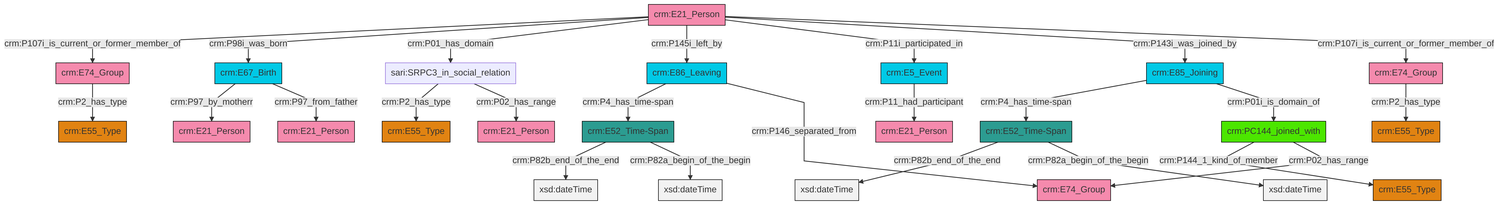
Above: et/personCSV/ttl/mmd/png/Person_Actor_Relations.png in swiss-art-research-net/reference-data-models (Mermaid), before the change. Its source is kept beside it as et/personCSV/ttl/mmd/Person_Actor_Relations.ttl.mmd.
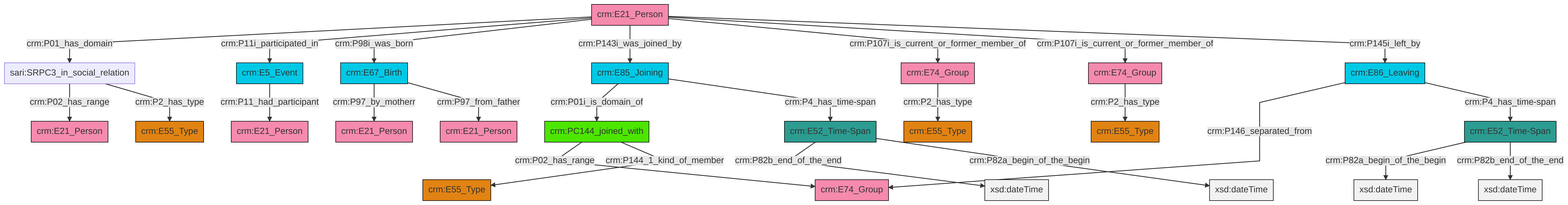
Later version of the same file.

Diff of the diagram source:
```diff
@@ -13,27 +13,27 @@
 classDef PC_Classes fill:#4ce600, stroke:#000000;
 classDef Multi fill:#cccccc,stroke:#000000;
 
-2["crm:E86_Leaving"]:::Temporal_Entity -->|crm:P4_has_time-span| 3["crm:E52_Time-Span"]:::Time-Span
-3["crm:E52_Time-Span"]:::Time-Span -->|crm:P82b_end_of_the_end| 4[xsd:dateTime]:::Literal
-7["crm:E52_Time-Span"]:::Time-Span -->|crm:P82b_end_of_the_end| 8[xsd:dateTime]:::Literal
-2["crm:E86_Leaving"]:::Temporal_Entity -->|crm:P146_separated_from| 11["crm:E74_Group"]:::Actor
-14["crm:E21_Person"]:::Actor -->|crm:P107i_is_current_or_former_member_of| 15["crm:E74_Group"]:::Actor
-14["crm:E21_Person"]:::Actor -->|crm:P98i_was_born| 16["crm:E67_Birth"]:::Temporal_Entity
-15["crm:E74_Group"]:::Actor -->|crm:P2_has_type| 17["crm:E55_Type"]:::Type
-14["crm:E21_Person"]:::Actor -->|crm:P01_has_domain| 18["sari:SRPC3_in_social_relation"]:::Default
-3["crm:E52_Time-Span"]:::Time-Span -->|crm:P82a_begin_of_the_begin| 19[xsd:dateTime]:::Literal
-14["crm:E21_Person"]:::Actor -->|crm:P145i_left_by| 2["crm:E86_Leaving"]:::Temporal_Entity
-16["crm:E67_Birth"]:::Temporal_Entity -->|crm:P97_by_motherr| 20["crm:E21_Person"]:::Actor
-22["crm:E74_Group"]:::Actor -->|crm:P2_has_type| 23["crm:E55_Type"]:::Type
-24["crm:PC144_joined_with"]:::PC_Classes -->|crm:P144_1_kind_of_member| 0["crm:E55_Type"]:::Type
-24["crm:PC144_joined_with"]:::PC_Classes -->|crm:P02_has_range| 11["crm:E74_Group"]:::Actor
-14["crm:E21_Person"]:::Actor -->|crm:P11i_participated_in| 12["crm:E5_Event"]:::Temporal_Entity
-16["crm:E67_Birth"]:::Temporal_Entity -->|crm:P97_from_father| 31["crm:E21_Person"]:::Actor
-12["crm:E5_Event"]:::Temporal_Entity -->|crm:P11_had_participant| 5["crm:E21_Person"]:::Actor
-14["crm:E21_Person"]:::Actor -->|crm:P143i_was_joined_by| 36["crm:E85_Joining"]:::Temporal_Entity
-7["crm:E52_Time-Span"]:::Time-Span -->|crm:P82a_begin_of_the_begin| 41[xsd:dateTime]:::Literal
-36["crm:E85_Joining"]:::Temporal_Entity -->|crm:P4_has_time-span| 7["crm:E52_Time-Span"]:::Time-Span
-14["crm:E21_Person"]:::Actor -->|crm:P107i_is_current_or_former_member_of| 22["crm:E74_Group"]:::Actor
-36["crm:E85_Joining"]:::Temporal_Entity -->|crm:P01i_is_domain_of| 24["crm:PC144_joined_with"]:::PC_Classes
-18["sari:SRPC3_in_social_relation"]:::Default -->|crm:P2_has_type| 32["crm:E55_Type"]:::Type
-18["sari:SRPC3_in_social_relation"]:::Default -->|crm:P02_has_range| 9["crm:E21_Person"]:::Actor
+0["crm:E21_Person"]:::Actor -->|crm:P01_has_domain| 1["sari:SRPC3_in_social_relation"]:::Default
+2["crm:E67_Birth"]:::Temporal_Entity -->|crm:P97_by_motherr| 4["crm:E21_Person"]:::Actor
+0["crm:E21_Person"]:::Actor -->|crm:P11i_participated_in| 7["crm:E5_Event"]:::Temporal_Entity
+1["sari:SRPC3_in_social_relation"]:::Default -->|crm:P02_has_range| 8["crm:E21_Person"]:::Actor
+9["crm:E52_Time-Span"]:::Time-Span -->|crm:P82a_begin_of_the_begin| 11[xsd:dateTime]:::Literal
+16["crm:PC144_joined_with"]:::PC_Classes -->|crm:P02_has_range| 17["crm:E74_Group"]:::Actor
+0["crm:E21_Person"]:::Actor -->|crm:P98i_was_born| 2["crm:E67_Birth"]:::Temporal_Entity
+0["crm:E21_Person"]:::Actor -->|crm:P143i_was_joined_by| 20["crm:E85_Joining"]:::Temporal_Entity
+14["crm:E74_Group"]:::Actor -->|crm:P2_has_type| 12["crm:E55_Type"]:::Type
+21["crm:E74_Group"]:::Actor -->|crm:P2_has_type| 5["crm:E55_Type"]:::Type
+9["crm:E52_Time-Span"]:::Time-Span -->|crm:P82b_end_of_the_end| 22[xsd:dateTime]:::Literal
+0["crm:E21_Person"]:::Actor -->|crm:P107i_is_current_or_former_member_of| 21["crm:E74_Group"]:::Actor
+2["crm:E67_Birth"]:::Temporal_Entity -->|crm:P97_from_father| 18["crm:E21_Person"]:::Actor
+0["crm:E21_Person"]:::Actor -->|crm:P107i_is_current_or_former_member_of| 14["crm:E74_Group"]:::Actor
+7["crm:E5_Event"]:::Temporal_Entity -->|crm:P11_had_participant| 30["crm:E21_Person"]:::Actor
+20["crm:E85_Joining"]:::Temporal_Entity -->|crm:P01i_is_domain_of| 16["crm:PC144_joined_with"]:::PC_Classes
+20["crm:E85_Joining"]:::Temporal_Entity -->|crm:P4_has_time-span| 35["crm:E52_Time-Span"]:::Time-Span
+35["crm:E52_Time-Span"]:::Time-Span -->|crm:P82b_end_of_the_end| 36[xsd:dateTime]:::Literal
+0["crm:E21_Person"]:::Actor -->|crm:P145i_left_by| 26["crm:E86_Leaving"]:::Temporal_Entity
+1["sari:SRPC3_in_social_relation"]:::Default -->|crm:P2_has_type| 38["crm:E55_Type"]:::Type
+26["crm:E86_Leaving"]:::Temporal_Entity -->|crm:P146_separated_from| 17["crm:E74_Group"]:::Actor
+35["crm:E52_Time-Span"]:::Time-Span -->|crm:P82a_begin_of_the_begin| 43[xsd:dateTime]:::Literal
+26["crm:E86_Leaving"]:::Temporal_Entity -->|crm:P4_has_time-span| 9["crm:E52_Time-Span"]:::Time-Span
+16["crm:PC144_joined_with"]:::PC_Classes -->|crm:P144_1_kind_of_member| 23["crm:E55_Type"]:::Type
```
